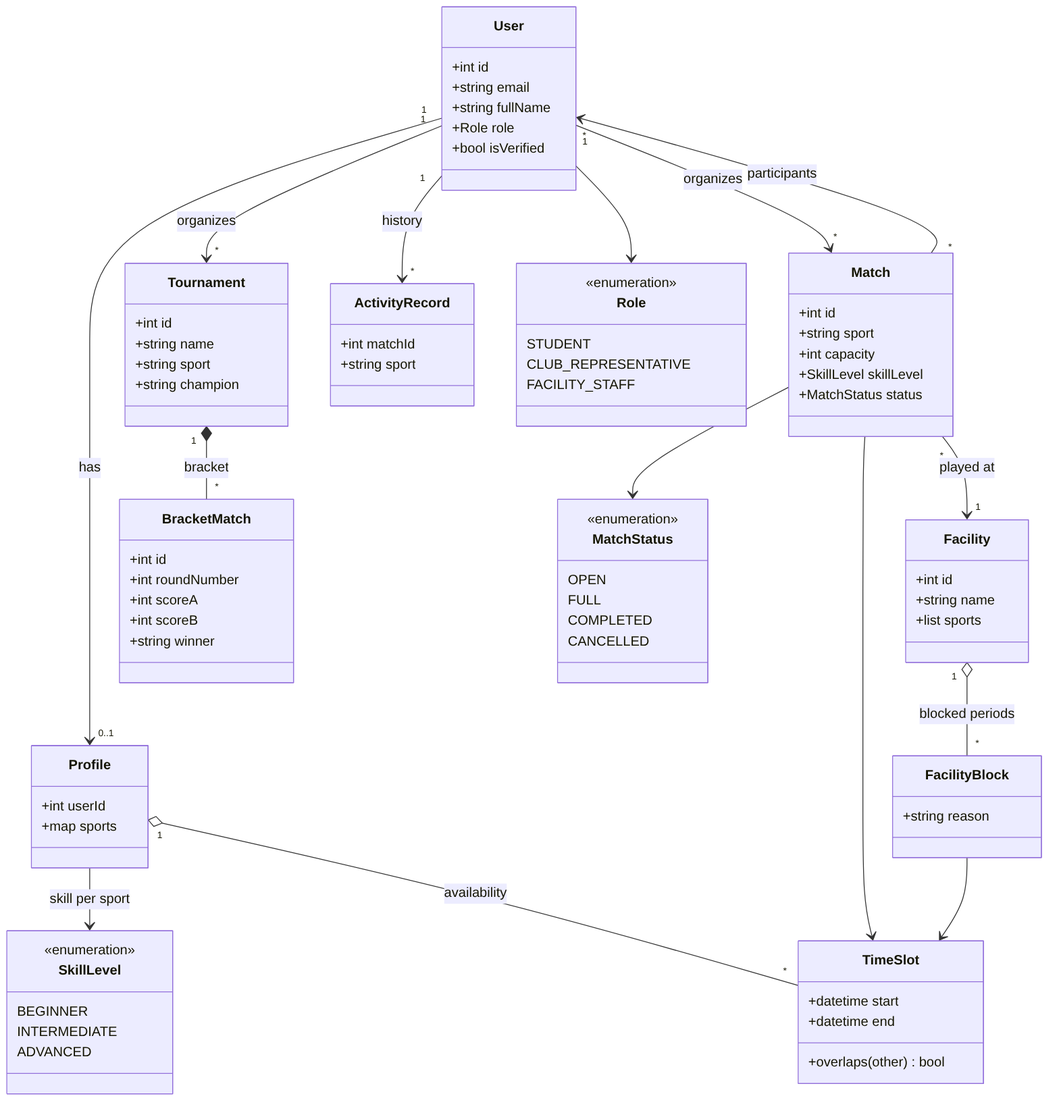
Earlier version of the Mermaid export docs/analysis/data/domain_class_model.png (emir-heval-arda-harun/CMPE-331-project). Its source is kept beside it as docs/analysis/data/domain_class_model.mmd.
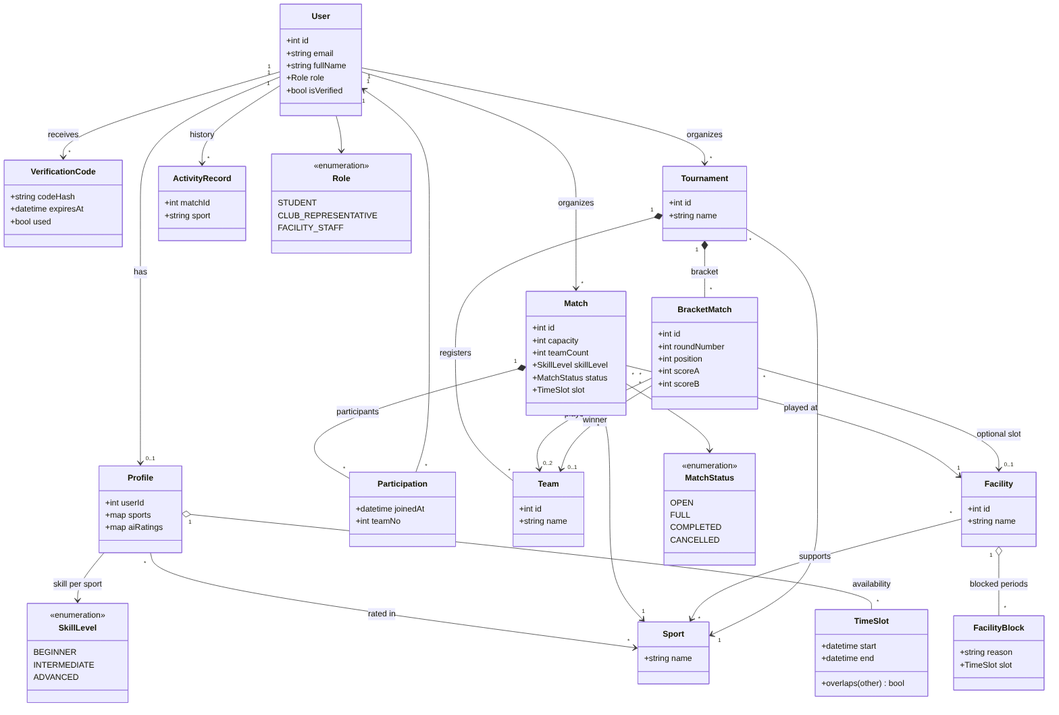
After the change.

Change to the diagram source:
```diff
@@ -9,6 +9,23 @@
     class Profile {
         +int userId
         +map sports
+        +map aiRatings
+    }
+    class Sport {
+        +string name
+    }
+    class VerificationCode {
+        +string codeHash
+        +datetime expiresAt
+        +bool used
+    }
+    class Participation {
+        +datetime joinedAt
+        +int teamNo
+    }
+    class Team {
+        +int id
+        +string name
     }
     class TimeSlot {
         +datetime start
@@ -18,30 +35,29 @@
     class Facility {
         +int id
         +string name
-        +list sports
     }
     class FacilityBlock {
         +string reason
+        +TimeSlot slot
     }
     class Match {
         +int id
-        +string sport
         +int capacity
+        +int teamCount
         +SkillLevel skillLevel
         +MatchStatus status
+        +TimeSlot slot
     }
     class Tournament {
         +int id
         +string name
-        +string sport
-        +string champion
     }
     class BracketMatch {
         +int id
         +int roundNumber
+        +int position
         +int scoreA
         +int scoreB
-        +string winner
     }
     class ActivityRecord {
         +int matchId
@@ -69,15 +85,23 @@
 
     User "1" --> "0..1" Profile : has
     User --> Role
+    User "1" --> "*" VerificationCode : receives
     Profile --> SkillLevel : skill per sport
+    Profile "*" --> "*" Sport : rated in
     Profile "1" o-- "*" TimeSlot : availability
     User "1" --> "*" Match : organizes
-    Match "*" --> "*" User : participants
-    Match --> TimeSlot
+    Match "1" *-- "*" Participation : participants
+    Participation "*" --> "1" User
+    Match "*" --> "1" Sport
     Match "*" --> "1" Facility : played at
     Match --> MatchStatus
+    Facility "*" --> "*" Sport : supports
     Facility "1" o-- "*" FacilityBlock : blocked periods
-    FacilityBlock --> TimeSlot
     User "1" --> "*" Tournament : organizes
+    Tournament "1" *-- "*" Team : registers
+    Tournament "*" --> "1" Sport
     Tournament "1" *-- "*" BracketMatch : bracket
+    BracketMatch "*" --> "0..2" Team : plays
+    BracketMatch "*" --> "0..1" Team : winner
+    BracketMatch "*" --> "0..1" Facility : optional slot
     User "1" --> "*" ActivityRecord : history
```
